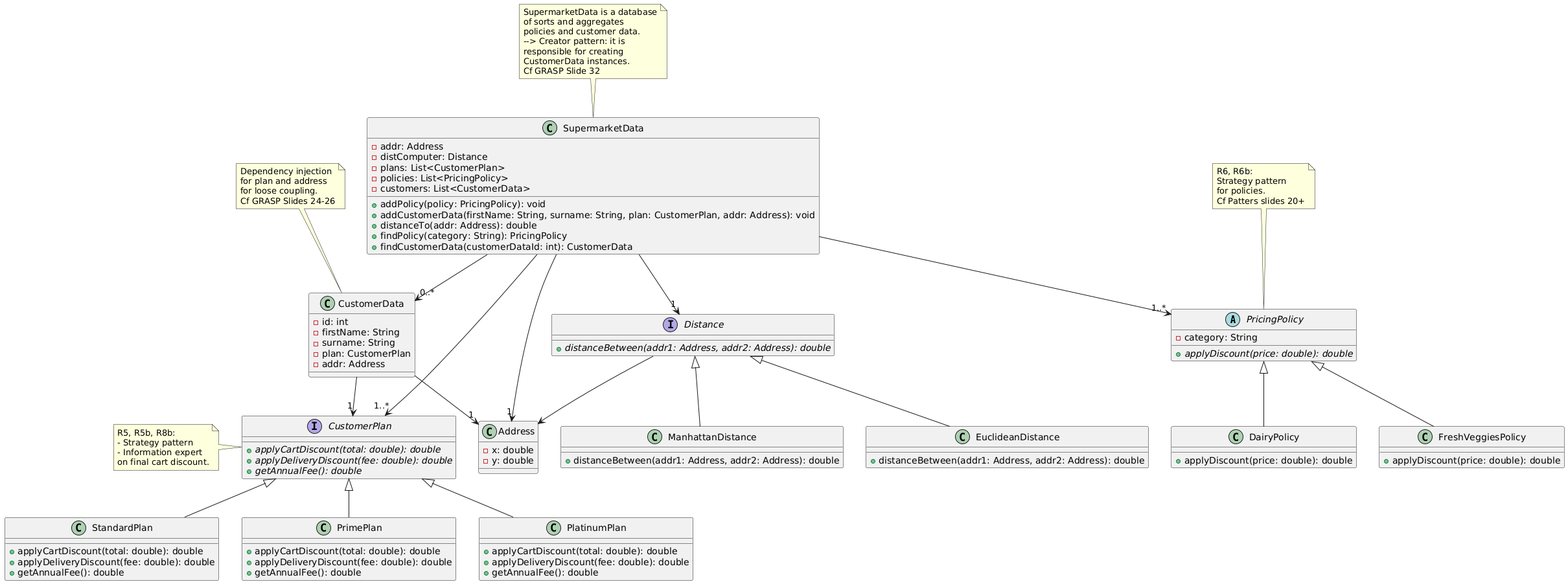
Earlier version of the PlantUML export class-diagram/class_supermarketdata.png (Enzu83/cs-genie-logiciel). Source of this version:
```plantuml
@startuml
abstract class POLICY as "PricingPolicy" {
- category: String
+ {abstract} applyDiscount(price: double): double
}

note top of POLICY
R6, R6b:
Strategy pattern
for policies.
Cf Patters slides 20+
end note

class FV_POLICY as "FreshVeggiesPolicy" {
+ applyDiscount(price: double): double
}
POLICY <|-- FV_POLICY

class D_POLICY as "DairyPolicy" {
+ applyDiscount(price: double): double
}
POLICY <|-- D_POLICY



class CUSTOMERDATA as "CustomerData" {
- id: int
- firstName: String
- surname: String
- plan: CustomerPlan
- addr: Address
}

note top of CUSTOMERDATA
Dependency injection
for plan and address
for loose coupling.
Cf GRASP Slides 24-26
end note

interface PLAN as "CustomerPlan" {
+ {abstract} applyCartDiscount(total: double): double
+ {abstract} applyDeliveryDiscount(fee: double): double
+ {abstract} getAnnualFee(): double
}
CUSTOMERDATA --> "1" PLAN

note left of PLAN
R5, R5b, R8b:
- Strategy pattern
- Information expert
on final cart discount.
end note

class PLAN_STANDARD as "StandardPlan" {
+ applyCartDiscount(total: double): double
+ applyDeliveryDiscount(fee: double): double
+ getAnnualFee(): double
}
PLAN <|-- PLAN_STANDARD

class PLAN_PRIME as "PrimePlan" {
+ applyCartDiscount(total: double): double
+ applyDeliveryDiscount(fee: double): double
+ getAnnualFee(): double
}
PLAN <|-- PLAN_PRIME

class PLAN_PLAT as "PlatinumPlan" {
+ applyCartDiscount(total: double): double
+ applyDeliveryDiscount(fee: double): double
+ getAnnualFee(): double
}
PLAN <|-- PLAN_PLAT

class ADDRESS as "Address" {
- x: double
- y: double
}
CUSTOMERDATA --> "1" ADDRESS

interface DIST as "Distance" {
+ {abstract} distanceBetween(addr1: Address, addr2: Address): double
}
DIST --> ADDRESS

class EUCLID as "EuclideanDistance" {
+ distanceBetween(addr1: Address, addr2: Address): double
}
DIST <|-- EUCLID

class MANHATTAN as "ManhattanDistance" {
+ distanceBetween(addr1: Address, addr2: Address): double
}
DIST <|-- MANHATTAN



class SUPERMARKET as "SupermarketData" {
- addr: Address
- distComputer: Distance
- plans: List<CustomerPlan>
- policies: List<PricingPolicy>
- customers: List<CustomerData>
+ addPolicy(policy: PricingPolicy): void
+ addCustomerData(firstName: String, surname: String, plan: CustomerPlan, addr: Address): void
+ distanceTo(addr: Address): double
+ findPolicy(category: String): PricingPolicy
+ findCustomerData(customerDataId: int): CustomerData
}
SUPERMARKET --> "1" ADDRESS
SUPERMARKET --> "1" DIST
SUPERMARKET --> "1..*" PLAN
SUPERMARKET --> "1..*" POLICY
SUPERMARKET --> "0..*" CUSTOMERDATA

note top of SUPERMARKET
SupermarketData is a database
of sorts and aggregates
policies and customer data.
--> Creator pattern: it is
responsible for creating
CustomerData instances.
Cf GRASP Slide 32
end note
@enduml
```
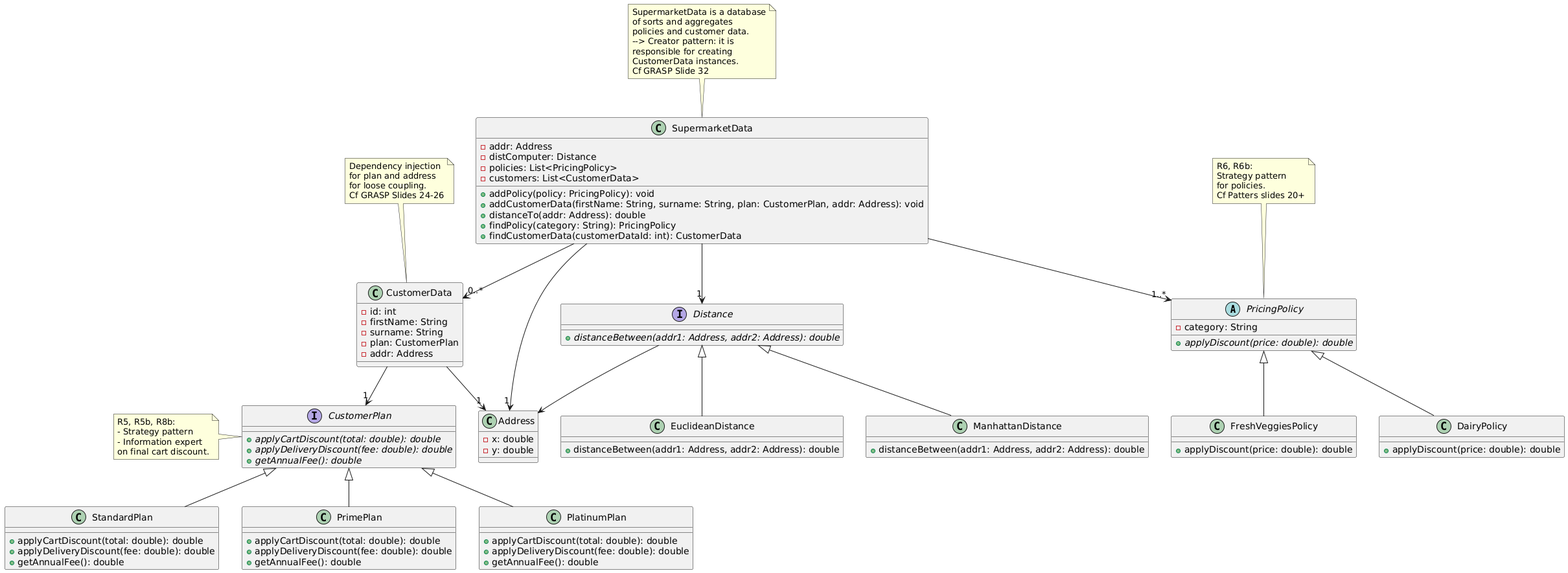
After the commit.

Commit message:
fixed a last arrow on the class diagram

What changed in the source:
```diff
@@ -99,7 +99,6 @@
 class SUPERMARKET as "SupermarketData" {
 - addr: Address
 - distComputer: Distance
-- plans: List<CustomerPlan>
 - policies: List<PricingPolicy>
 - customers: List<CustomerData>
 + addPolicy(policy: PricingPolicy): void
@@ -110,7 +109,6 @@
 }
 SUPERMARKET --> "1" ADDRESS
 SUPERMARKET --> "1" DIST
-SUPERMARKET --> "1..*" PLAN
 SUPERMARKET --> "1..*" POLICY
 SUPERMARKET --> "0..*" CUSTOMERDATA
 
```
